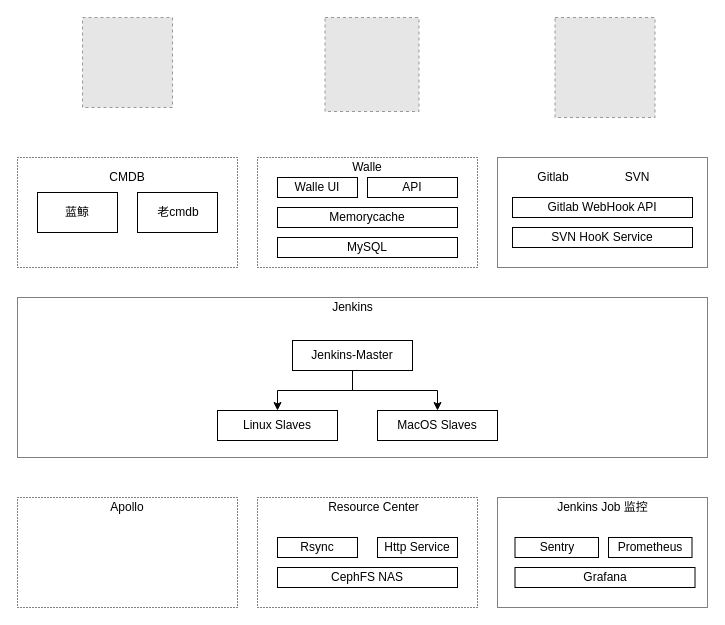
The draw.io diagram Untitled Diagram.drawio in Armand-zsh/huashan, before the edit. Source tidied: cells renumbered, new cells numbered last; positions are measured from the earlier drawing's top-left corner, leaving out a move shared by most shapes. Both pictures are drawn from the tidied source at 100%, with x=0, y=0 at pixel (17, 17). Pictures stored in the file or linked from it are replaced by grey dashed boxes.
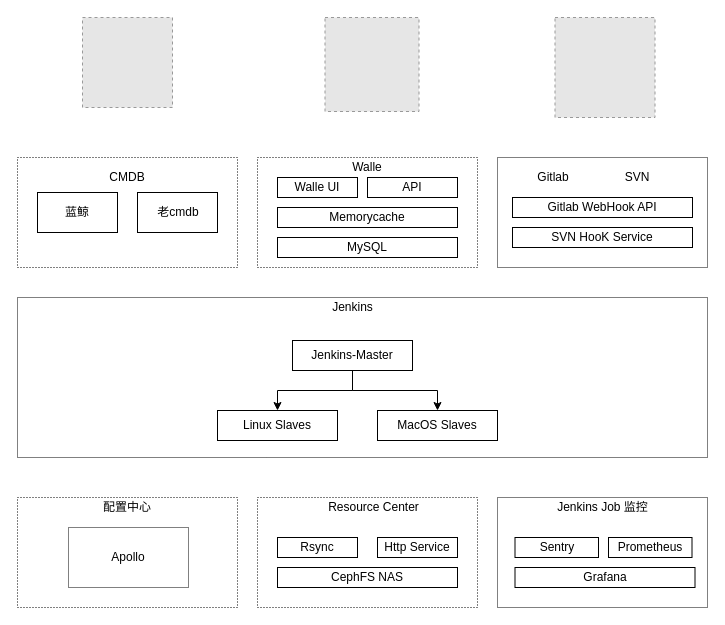
After the change.

Diff of the diagram source:
```diff
@@
-    <mxCell id="27" value="Apollo" style="text;html=1;strokeColor=none;fillColor=none;align=center;verticalAlign=middle;whiteSpace=wrap;rounded=0;" parent="1" vertex="1">
+    <mxCell id="27" value="配置中心" style="text;html=1;strokeColor=none;fillColor=none;align=center;verticalAlign=middle;whiteSpace=wrap;rounded=0;" parent="1" vertex="1">
       <mxGeometry x="75" y="480" width="70" height="20" as="geometry" />
     </mxCell>
@@
+    <mxCell id="41" value="Apollo" style="rounded=0;whiteSpace=wrap;html=1;dashed=1;dashPattern=1 1;" parent="1" vertex="1">
+      <mxGeometry x="51" y="510" width="120" height="60" as="geometry" />
+    </mxCell>
```
